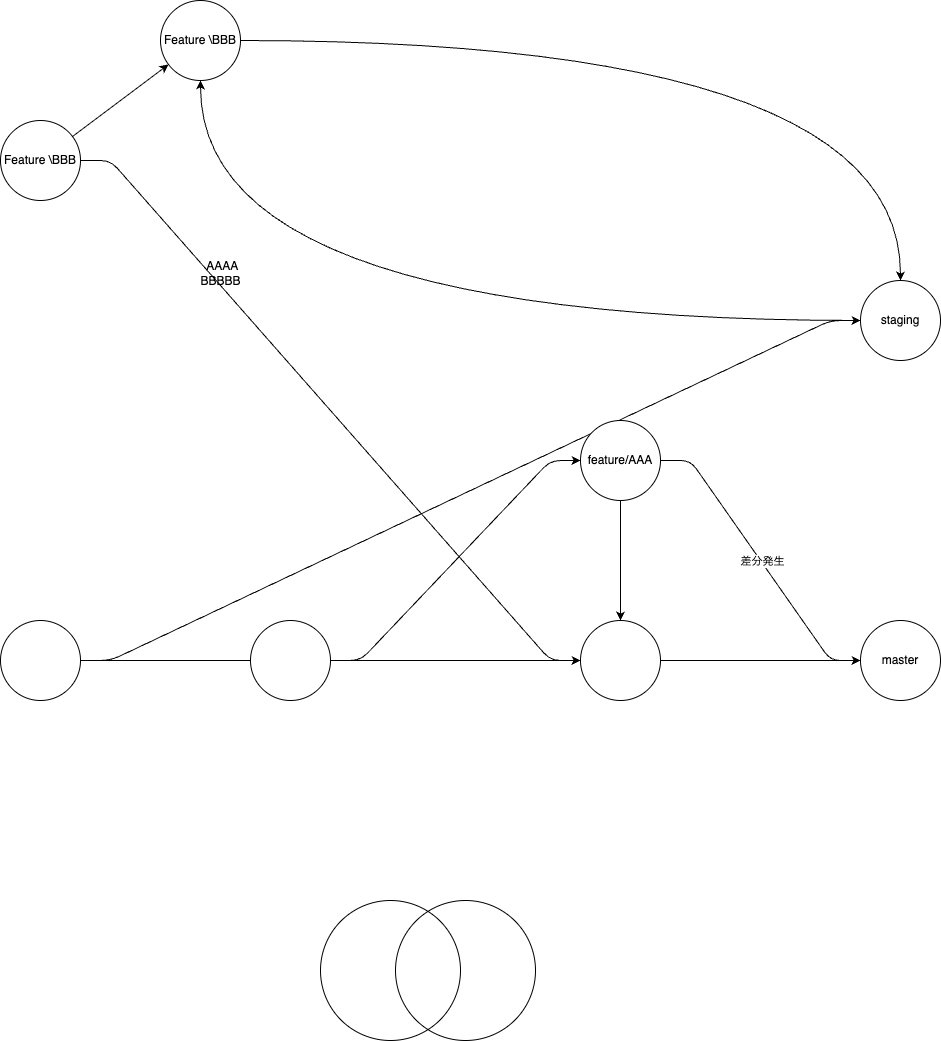
takemitsu255/ux-docs keeps this draw.io diagram as 01.運用関連/img/Git運用概要.png. Above is the earlier version. Source tidied: cells renumbered, new cells last; positions are measured from the earlier drawing's top-left corner, leaving out a move shared by most shapes. Its diagram source:
```xml
<mxGraphModel>
  <root>
    <mxCell id="0" />
    <mxCell id="1" parent="0" />
    <mxCell id="2" style="edgeStyle=none;html=1;" parent="1" edge="1" source="4">
      <mxGeometry relative="1" as="geometry">
        <mxPoint x="860" y="660" as="targetPoint" />
      </mxGeometry>
    </mxCell>
    <mxCell id="3" style="edgeStyle=entityRelationEdgeStyle;html=1;entryX=0;entryY=0.5;entryDx=0;entryDy=0;" parent="1" edge="1" source="4" target="17">
      <mxGeometry relative="1" as="geometry">
        <Array as="points">
          <mxPoint x="420" y="370" />
        </Array>
      </mxGeometry>
    </mxCell>
    <mxCell id="4" style="ellipse;whiteSpace=wrap;html=1;" parent="1" vertex="1">
      <mxGeometry y="620" width="80" height="80" as="geometry" />
    </mxCell>
    <mxCell id="5" style="edgeStyle=entityRelationEdgeStyle;html=1;" parent="1" edge="1" source="6" target="10">
      <mxGeometry relative="1" as="geometry" />
    </mxCell>
    <mxCell id="6" style="ellipse;whiteSpace=wrap;html=1;" parent="1" vertex="1">
      <mxGeometry x="250" y="620" width="80" height="80" as="geometry" />
    </mxCell>
    <mxCell id="7" style="edgeStyle=entityRelationEdgeStyle;html=1;" parent="1" edge="1" source="10" target="11">
      <mxGeometry relative="1" as="geometry" />
    </mxCell>
    <mxCell id="8" value="差分発生" style="edgeLabel;html=1;align=center;verticalAlign=middle;" parent="7" vertex="1">
      <mxGeometry x="0.01" y="1" relative="1" as="geometry" />
    </mxCell>
    <mxCell id="9" style="edgeStyle=none;html=1;" parent="1" edge="1" source="10" target="15">
      <mxGeometry relative="1" as="geometry" />
    </mxCell>
    <mxCell id="10" value="feature/AAA" style="ellipse;whiteSpace=wrap;html=1;" parent="1" vertex="1">
      <mxGeometry x="580" y="420" width="80" height="80" as="geometry" />
    </mxCell>
    <mxCell id="11" value="master" style="ellipse;whiteSpace=wrap;html=1;" parent="1" vertex="1">
      <mxGeometry x="860" y="620" width="80" height="80" as="geometry" />
    </mxCell>
    <mxCell id="12" style="edgeStyle=entityRelationEdgeStyle;html=1;entryX=0;entryY=0.5;entryDx=0;entryDy=0;" parent="1" edge="1" source="14" target="15">
      <mxGeometry relative="1" as="geometry" />
    </mxCell>
    <mxCell id="13" style="edgeStyle=none;html=1;" parent="1" edge="1" source="14" target="22">
      <mxGeometry relative="1" as="geometry" />
    </mxCell>
    <mxCell id="14" value="Feature \BBB" style="ellipse;whiteSpace=wrap;html=1;" parent="1" vertex="1">
      <mxGeometry y="120" width="80" height="80" as="geometry" />
    </mxCell>
    <mxCell id="15" style="ellipse;whiteSpace=wrap;html=1;" parent="1" vertex="1">
      <mxGeometry x="580" y="620" width="80" height="80" as="geometry" />
    </mxCell>
    <mxCell id="16" style="edgeStyle=orthogonalEdgeStyle;html=1;curved=1;" parent="1" edge="1" source="17" target="22">
      <mxGeometry relative="1" as="geometry" />
    </mxCell>
    <mxCell id="17" value="staging" style="ellipse;whiteSpace=wrap;html=1;" parent="1" vertex="1">
      <mxGeometry x="860" y="280" width="80" height="80" as="geometry" />
    </mxCell>
    <mxCell id="18" style="ellipse;whiteSpace=wrap;html=1;" parent="1" vertex="1">
      <mxGeometry x="395" y="900" width="140" height="140" as="geometry" />
    </mxCell>
    <mxCell id="19" style="ellipse;whiteSpace=wrap;html=1;fillColor=none;" parent="1" vertex="1">
      <mxGeometry x="320" y="900" width="140" height="140" as="geometry" />
    </mxCell>
    <mxCell id="20" value="&amp;nbsp;AAAA&lt;br&gt;BBBBB" style="text;html=1;align=center;verticalAlign=middle;strokeColor=none;fillColor=none;" parent="1" vertex="1">
      <mxGeometry x="190" y="253" width="60" height="40" as="geometry" />
    </mxCell>
    <mxCell id="21" style="edgeStyle=orthogonalEdgeStyle;html=1;entryX=0.5;entryY=0;entryDx=0;entryDy=0;curved=1;" parent="1" edge="1" source="22" target="17">
      <mxGeometry relative="1" as="geometry" />
    </mxCell>
    <mxCell id="22" value="Feature \BBB" style="ellipse;whiteSpace=wrap;html=1;" parent="1" vertex="1">
      <mxGeometry x="160" width="80" height="80" as="geometry" />
    </mxCell>
  </root>
</mxGraphModel>
```
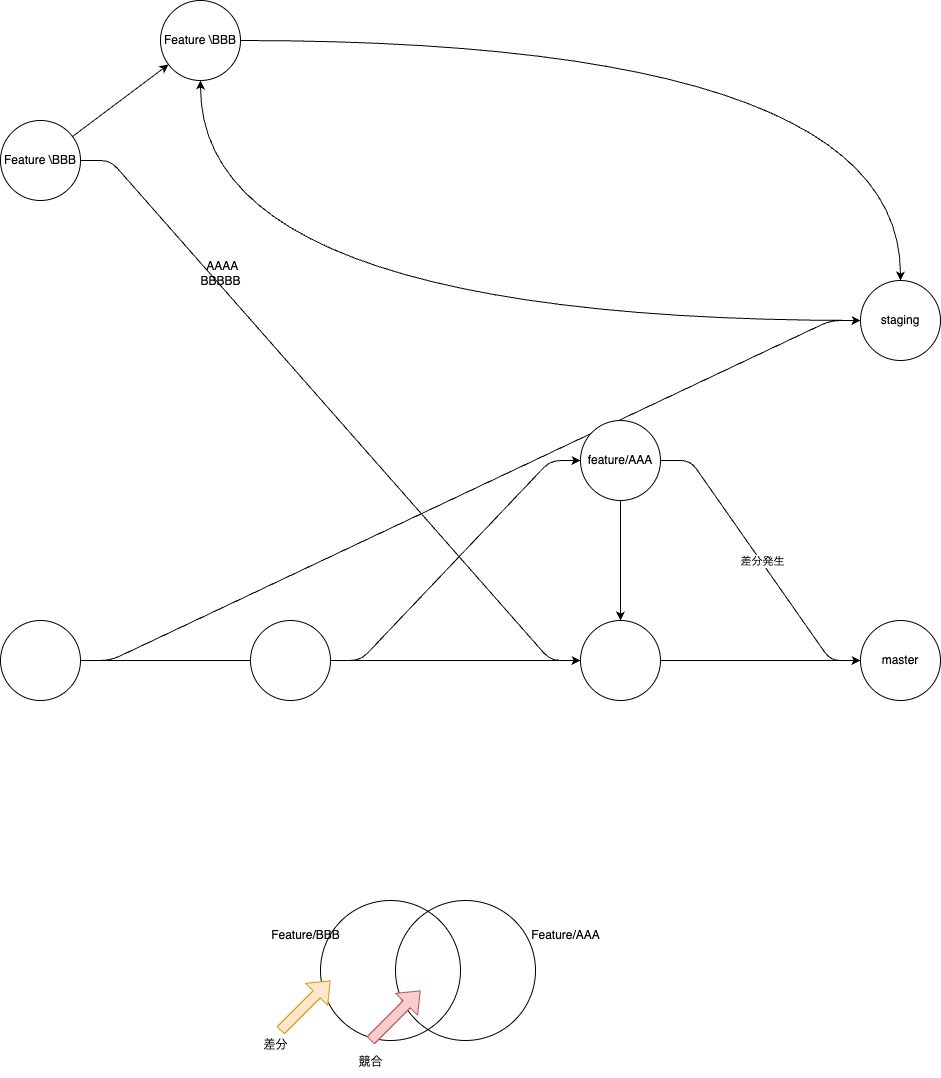
Above is the later version.

The edit, as a diff of the source:
```diff
@@ -71,5 +71,29 @@
     <mxCell id="22" value="Feature \BBB" style="ellipse;whiteSpace=wrap;html=1;" parent="1" vertex="1">
       <mxGeometry x="160" width="80" height="80" as="geometry" />
     </mxCell>
+    <mxCell id="23" value="Feature/AAA" style="text;html=1;align=center;verticalAlign=middle;strokeColor=none;fillColor=none;" parent="1" vertex="1">
+      <mxGeometry x="520" y="920" width="90" height="30" as="geometry" />
+    </mxCell>
+    <mxCell id="24" value="Feature/BBB" style="text;html=1;align=center;verticalAlign=middle;strokeColor=none;fillColor=none;" parent="1" vertex="1">
+      <mxGeometry x="260" y="920" width="90" height="30" as="geometry" />
+    </mxCell>
+    <mxCell id="25" style="shape=flexArrow;endArrow=classic;html=1;fillColor=#f8cecc;strokeColor=#b85450;" parent="1" edge="1">
+      <mxGeometry relative="1" as="geometry">
+        <mxPoint x="370" y="1040" as="sourcePoint" />
+        <mxPoint x="420" y="990" as="targetPoint" />
+      </mxGeometry>
+    </mxCell>
+    <mxCell id="26" value="競合" style="text;html=1;align=center;verticalAlign=middle;strokeColor=none;fillColor=none;" parent="1" vertex="1">
+      <mxGeometry x="345" y="1047" width="50" height="30" as="geometry" />
+    </mxCell>
+    <mxCell id="27" style="shape=flexArrow;endArrow=classic;html=1;fillColor=#ffe6cc;strokeColor=#d79b00;" parent="1" edge="1">
+      <mxGeometry relative="1" as="geometry">
+        <mxPoint x="280" y="1030" as="sourcePoint" />
+        <mxPoint x="330" y="980" as="targetPoint" />
+      </mxGeometry>
+    </mxCell>
+    <mxCell id="28" value="差分" style="text;html=1;align=center;verticalAlign=middle;strokeColor=none;fillColor=none;" parent="1" vertex="1">
+      <mxGeometry x="250" y="1030" width="50" height="30" as="geometry" />
+    </mxCell>
   </root>
 </mxGraphModel>
```
